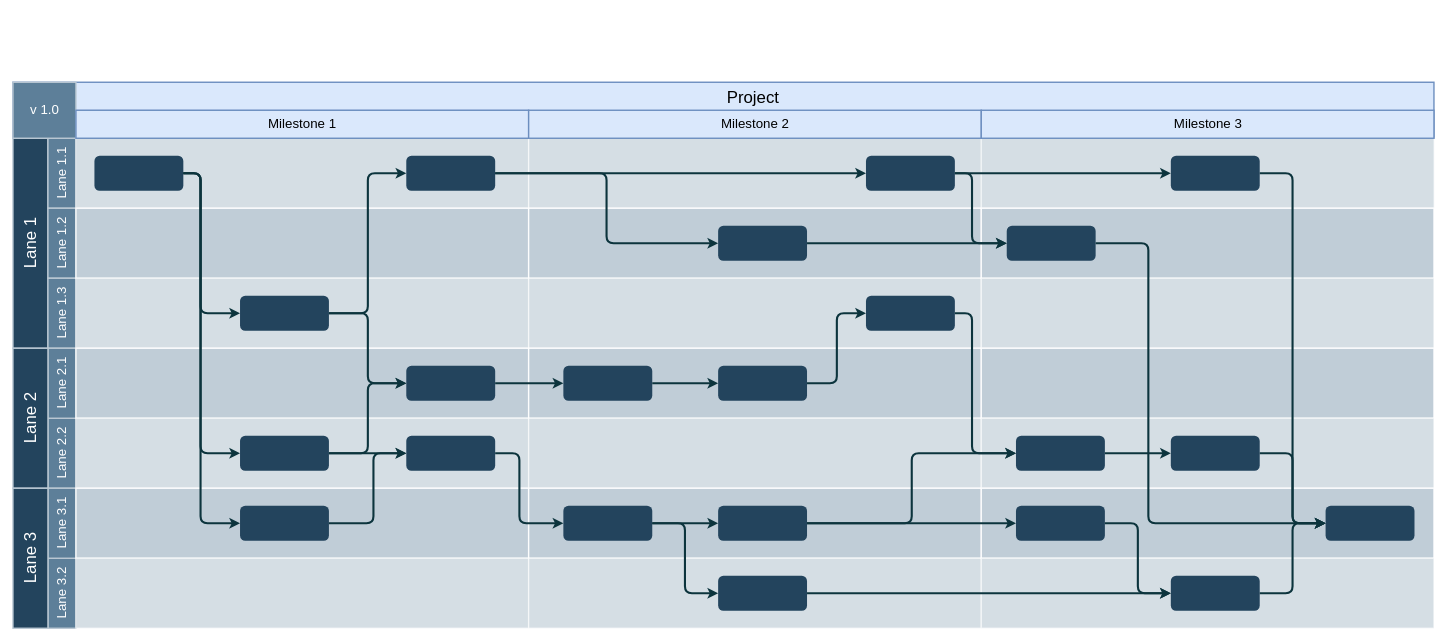
Before: 未命名绘图3.drawio in caserwin/zhihu, a draw.io diagram. Source tidied: cells renumbered, new cells numbered last; positions are measured from the earlier drawing's top-left corner, leaving out a move shared by most shapes. Both pictures are drawn from the tidied source at 70%, with x=0, y=0 at pixel (13, 82).
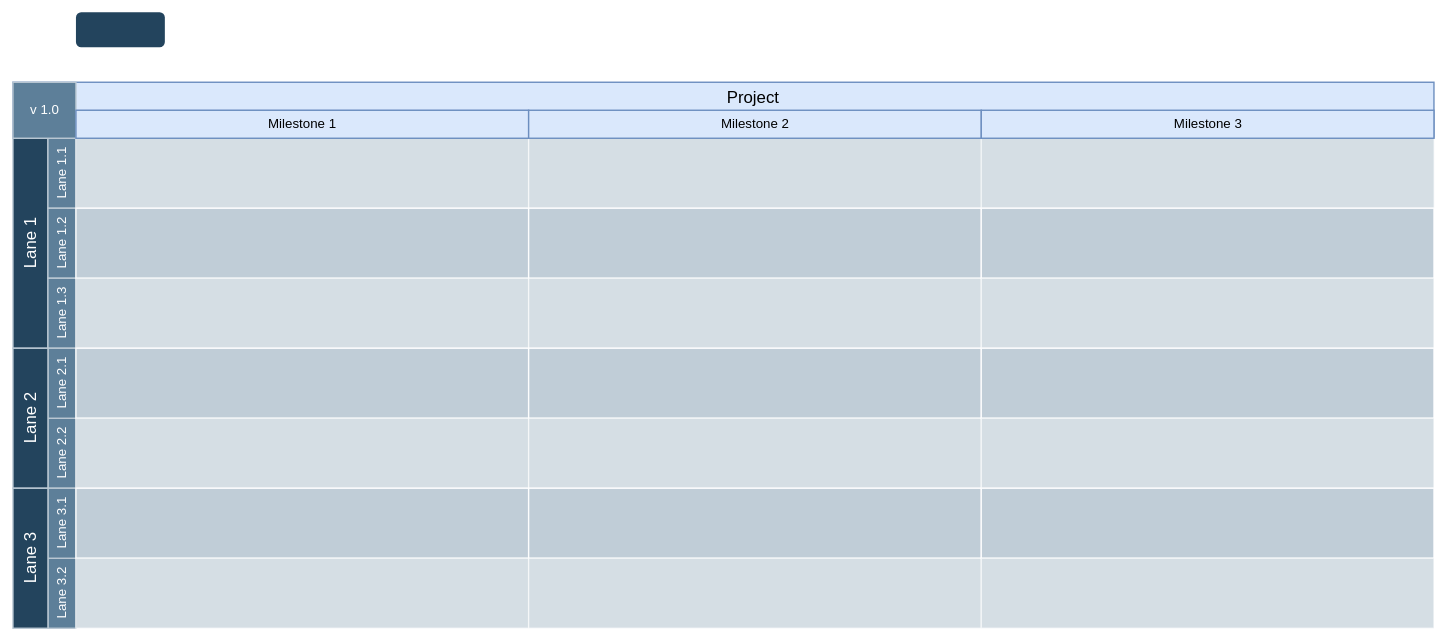
The same diagram, later.

Commit message:
更新未命名绘图3.drawio

What changed in the source:
```diff
@@
-    <mxCell id="35" style="edgeStyle=orthogonalEdgeStyle;rounded=1;jumpStyle=none;html=1;exitX=1;exitY=0.5;entryX=0;entryY=0.5;labelBackgroundColor=#ffffff;startArrow=none;startFill=0;endArrow=classic;jettySize=auto;strokeColor=#0C343D;strokeWidth=3;fontFamily=Helvetica;fontSize=11;fontColor=#000000;" parent="1" edge="1" source="36" target="38">
-      <mxGeometry relative="1" as="geometry">
-        <Array as="points">
-          <mxPoint x="268" y="130" />
-          <mxPoint x="268" y="330" />
-        </Array>
-      </mxGeometry>
-    </mxCell>
     <mxCell id="36" style="rounded=1;fillColor=#23445D;strokeColor=none;strokeWidth=2;fontFamily=Helvetica;html=1;gradientColor=none;" parent="1" vertex="1">
-      <mxGeometry x="116.4" y="105" width="127" height="50" as="geometry" />
+      <mxGeometry x="90" y="-100" width="127" height="50" as="geometry" />
     </mxCell>
-    <mxCell id="37" style="rounded=1;fillColor=#23445D;strokeColor=none;strokeWidth=2;fontFamily=Helvetica;html=1;gradientColor=none;" parent="1" vertex="1">
-      <mxGeometry x="561.9" y="105" width="127" height="50" as="geometry" />
-    </mxCell>
-    <mxCell id="38" style="rounded=1;fillColor=#23445D;strokeColor=none;strokeWidth=2;fontFamily=Helvetica;html=1;gradientColor=none;" parent="1" vertex="1">
-      <mxGeometry x="324.4" y="305" width="127" height="50" as="geometry" />
-    </mxCell>
-    <mxCell id="39" style="rounded=1;fillColor=#23445D;strokeColor=none;strokeWidth=2;fontFamily=Helvetica;html=1;gradientColor=none;" parent="1" vertex="1">
-      <mxGeometry x="561.9" y="405" width="127" height="50" as="geometry" />
-    </mxCell>
-    <mxCell id="40" style="rounded=1;fillColor=#23445D;strokeColor=none;strokeWidth=2;fontFamily=Helvetica;html=1;gradientColor=none;" parent="1" vertex="1">
-      <mxGeometry x="561.9" y="505" width="127" height="50" as="geometry" />
-    </mxCell>
-    <mxCell id="41" style="rounded=1;fillColor=#23445D;strokeColor=none;strokeWidth=2;fontFamily=Helvetica;html=1;gradientColor=none;" parent="1" vertex="1">
-      <mxGeometry x="324.4" y="605" width="127" height="50" as="geometry" />
-    </mxCell>
-    <mxCell id="42" style="rounded=1;fillColor=#23445D;strokeColor=none;strokeWidth=2;fontFamily=Helvetica;html=1;gradientColor=none;" parent="1" vertex="1">
-      <mxGeometry x="324.4" y="505" width="127" height="50" as="geometry" />
-    </mxCell>
-    <mxCell id="43" style="rounded=1;fillColor=#23445D;strokeColor=none;strokeWidth=2;fontFamily=Helvetica;html=1;gradientColor=none;" parent="1" vertex="1">
-      <mxGeometry x="1007.4" y="205" width="127" height="50" as="geometry" />
-    </mxCell>
-    <mxCell id="44" style="rounded=1;fillColor=#23445D;strokeColor=none;strokeWidth=2;fontFamily=Helvetica;html=1;gradientColor=none;" parent="1" vertex="1">
-      <mxGeometry x="1218.6" y="105" width="127" height="50" as="geometry" />
-    </mxCell>
-    <mxCell id="45" style="rounded=1;fillColor=#23445D;strokeColor=none;strokeWidth=2;gradientColor=none;fontFamily=Helvetica;html=1;" parent="1" vertex="1">
-      <mxGeometry x="1875.2" y="605" width="127" height="50" as="geometry" />
-    </mxCell>
-    <mxCell id="46" style="rounded=1;fillColor=#23445D;strokeColor=none;strokeWidth=2;fontFamily=Helvetica;html=1;gradientColor=none;" parent="1" vertex="1">
-      <mxGeometry x="1007.4" y="405" width="127" height="50" as="geometry" />
-    </mxCell>
-    <mxCell id="47" style="rounded=1;fillColor=#23445D;strokeColor=none;strokeWidth=2;fontFamily=Helvetica;html=1;gradientColor=none;" parent="1" vertex="1">
-      <mxGeometry x="1007.4" y="705" width="127" height="50" as="geometry" />
-    </mxCell>
-    <mxCell id="48" style="rounded=1;fillColor=#23445D;strokeColor=none;strokeWidth=2;fontFamily=Helvetica;html=1;gradientColor=none;" parent="1" vertex="1">
-      <mxGeometry x="786.3" y="605" width="127" height="50" as="geometry" />
-    </mxCell>
-    <mxCell id="49" style="rounded=1;fillColor=#23445D;strokeColor=none;strokeWidth=2;fontFamily=Helvetica;html=1;gradientColor=none;" parent="1" vertex="1">
-      <mxGeometry x="1007.4" y="605" width="127" height="50" as="geometry" />
-    </mxCell>
-    <mxCell id="50" style="rounded=1;fillColor=#23445D;strokeColor=none;strokeWidth=2;fontFamily=Helvetica;html=1;gradientColor=none;" parent="1" vertex="1">
-      <mxGeometry x="786.3" y="405" width="127" height="50" as="geometry" />
-    </mxCell>
-    <mxCell id="51" style="rounded=1;fillColor=#23445D;strokeColor=none;strokeWidth=2;fontFamily=Helvetica;html=1;gradientColor=none;" parent="1" vertex="1">
-      <mxGeometry x="1218.6" y="305" width="127" height="50" as="geometry" />
-    </mxCell>
-    <mxCell id="52" style="rounded=1;fillColor=#23445D;strokeColor=none;strokeWidth=2;gradientColor=none;fontFamily=Helvetica;html=1;" parent="1" vertex="1">
-      <mxGeometry x="1432.9" y="505" width="127" height="50" as="geometry" />
-    </mxCell>
-    <mxCell id="53" style="rounded=1;fillColor=#23445D;strokeColor=none;strokeWidth=2;gradientColor=none;fontFamily=Helvetica;html=1;" parent="1" vertex="1">
-      <mxGeometry x="1654.1" y="505" width="127" height="50" as="geometry" />
-    </mxCell>
-    <mxCell id="54" style="rounded=1;fillColor=#23445D;strokeColor=none;strokeWidth=2;gradientColor=none;fontFamily=Helvetica;html=1;" parent="1" vertex="1">
-      <mxGeometry x="1419.7" y="205" width="127" height="50" as="geometry" />
-    </mxCell>
-    <mxCell id="55" style="rounded=1;fillColor=#23445D;strokeColor=none;strokeWidth=2;gradientColor=none;fontFamily=Helvetica;html=1;" parent="1" vertex="1">
-      <mxGeometry x="1432.9" y="605" width="127" height="50" as="geometry" />
-    </mxCell>
-    <mxCell id="56" style="rounded=1;fillColor=#23445D;strokeColor=none;strokeWidth=2;gradientColor=none;fontFamily=Helvetica;html=1;" parent="1" vertex="1">
-      <mxGeometry x="1654.1" y="705" width="127" height="50" as="geometry" />
-    </mxCell>
-    <mxCell id="57" style="rounded=1;fillColor=#23445D;strokeColor=none;strokeWidth=2;gradientColor=none;fontFamily=Helvetica;html=1;" parent="1" vertex="1">
-      <mxGeometry x="1654.1" y="105" width="127" height="50" as="geometry" />
-    </mxCell>
-    <mxCell id="58" style="edgeStyle=elbowEdgeStyle;elbow=horizontal;strokeWidth=3;strokeColor=#0C343D;fontFamily=Helvetica;html=1;" parent="1" edge="1" source="36" target="42">
-      <mxGeometry x="6.4" y="830.5" as="geometry">
-        <Array as="points">
-          <mxPoint x="268" y="343" />
-        </Array>
-      </mxGeometry>
-    </mxCell>
-    <mxCell id="59" style="edgeStyle=elbowEdgeStyle;elbow=horizontal;strokeWidth=3;strokeColor=#0C343D;fontFamily=Helvetica;html=1;" parent="1" edge="1" source="36" target="41">
-      <mxGeometry x="6.4" y="830.5" as="geometry">
-        <Array as="points">
-          <mxPoint x="268" y="252" />
-        </Array>
-      </mxGeometry>
-    </mxCell>
-    <mxCell id="60" style="edgeStyle=elbowEdgeStyle;elbow=horizontal;strokeWidth=3;strokeColor=#0C343D;fontFamily=Helvetica;html=1;" parent="1" edge="1" source="38" target="37">
-      <mxGeometry x="6.4" y="830.5" as="geometry" />
-    </mxCell>
-    <mxCell id="61" style="edgeStyle=elbowEdgeStyle;elbow=horizontal;strokeWidth=3;strokeColor=#0C343D;fontFamily=Helvetica;html=1;" parent="1" edge="1" source="38" target="39">
-      <mxGeometry x="6.4" y="830.5" as="geometry" />
-    </mxCell>
-    <mxCell id="62" style="edgeStyle=elbowEdgeStyle;elbow=horizontal;strokeWidth=3;strokeColor=#0C343D;fontFamily=Helvetica;html=1;" parent="1" edge="1" source="42" target="39">
-      <mxGeometry x="6.4" y="830.5" as="geometry" />
-    </mxCell>
-    <mxCell id="63" style="edgeStyle=elbowEdgeStyle;elbow=horizontal;strokeWidth=3;strokeColor=#0C343D;fontFamily=Helvetica;html=1;" parent="1" edge="1" source="42" target="40">
-      <mxGeometry x="6.4" y="830.5" as="geometry" />
-    </mxCell>
-    <mxCell id="64" style="edgeStyle=elbowEdgeStyle;elbow=horizontal;strokeWidth=3;strokeColor=#0C343D;fontFamily=Helvetica;html=1;" parent="1" edge="1" source="41" target="40">
-      <mxGeometry x="6.4" y="830.5" as="geometry">
-        <Array as="points">
-          <mxPoint x="515" y="584" />
-        </Array>
-      </mxGeometry>
-    </mxCell>
-    <mxCell id="65" style="edgeStyle=elbowEdgeStyle;elbow=horizontal;strokeWidth=3;strokeColor=#0C343D;fontFamily=Helvetica;html=1;" parent="1" edge="1" source="37" target="43">
-      <mxGeometry x="6.4" y="830.5" as="geometry" />
-    </mxCell>
-    <mxCell id="66" style="edgeStyle=elbowEdgeStyle;elbow=horizontal;strokeWidth=3;strokeColor=#0C343D;fontFamily=Helvetica;html=1;" parent="1" edge="1" source="39" target="50">
-      <mxGeometry x="6.4" y="830.5" as="geometry" />
-    </mxCell>
-    <mxCell id="67" style="edgeStyle=elbowEdgeStyle;elbow=horizontal;strokeWidth=3;strokeColor=#0C343D;fontFamily=Helvetica;html=1;" parent="1" edge="1" source="50" target="46">
-      <mxGeometry x="6.4" y="830.5" as="geometry" />
-    </mxCell>
-    <mxCell id="68" style="edgeStyle=elbowEdgeStyle;elbow=horizontal;strokeWidth=3;strokeColor=#0C343D;fontFamily=Helvetica;html=1;" parent="1" edge="1" source="37" target="44">
-      <mxGeometry x="6.4" y="830.5" as="geometry" />
-    </mxCell>
-    <mxCell id="69" style="edgeStyle=elbowEdgeStyle;elbow=horizontal;strokeWidth=3;strokeColor=#0C343D;fontFamily=Helvetica;html=1;" parent="1" edge="1" source="40" target="48">
-      <mxGeometry x="6.4" y="830.5" as="geometry">
-        <Array as="points">
-          <mxPoint x="723.5" y="580" />
-        </Array>
-      </mxGeometry>
-    </mxCell>
-    <mxCell id="70" style="edgeStyle=elbowEdgeStyle;elbow=horizontal;strokeWidth=3;strokeColor=#0C343D;fontFamily=Helvetica;html=1;" parent="1" edge="1" source="48" target="49">
-      <mxGeometry x="6.4" y="830.5" as="geometry" />
-    </mxCell>
-    <mxCell id="71" style="edgeStyle=elbowEdgeStyle;elbow=horizontal;strokeWidth=3;strokeColor=#0C343D;fontFamily=Helvetica;html=1;" parent="1" edge="1" source="48" target="47">
-      <mxGeometry x="6.4" y="830.5" as="geometry" />
-    </mxCell>
-    <mxCell id="72" style="edgeStyle=elbowEdgeStyle;elbow=horizontal;strokeWidth=3;strokeColor=#0C343D;fontFamily=Helvetica;html=1;" parent="1" edge="1" source="47" target="56">
-      <mxGeometry x="6.4" y="830.5" as="geometry" />
-    </mxCell>
-    <mxCell id="73" style="edgeStyle=elbowEdgeStyle;elbow=horizontal;strokeWidth=3;strokeColor=#0C343D;fontFamily=Helvetica;html=1;" parent="1" edge="1" source="56" target="45">
-      <mxGeometry x="6.4" y="830.5" as="geometry" />
-    </mxCell>
-    <mxCell id="74" style="edgeStyle=elbowEdgeStyle;elbow=horizontal;strokeWidth=3;strokeColor=#0C343D;fontFamily=Helvetica;html=1;" parent="1" edge="1" source="54" target="45">
-      <mxGeometry x="6.4" y="830.5" as="geometry">
-        <Array as="points">
-          <mxPoint x="1622" y="430" />
-        </Array>
-      </mxGeometry>
-    </mxCell>
-    <mxCell id="75" style="edgeStyle=elbowEdgeStyle;elbow=horizontal;strokeWidth=3;strokeColor=#0C343D;fontFamily=Helvetica;html=1;" parent="1" edge="1" source="55" target="56">
-      <mxGeometry x="6.4" y="830.5" as="geometry" />
-    </mxCell>
-    <mxCell id="76" style="edgeStyle=elbowEdgeStyle;elbow=horizontal;strokeWidth=3;strokeColor=#0C343D;fontFamily=Helvetica;html=1;" parent="1" edge="1" source="49" target="52">
-      <mxGeometry x="6.4" y="830.5" as="geometry" />
-    </mxCell>
-    <mxCell id="77" style="edgeStyle=elbowEdgeStyle;elbow=horizontal;strokeWidth=3;strokeColor=#0C343D;fontFamily=Helvetica;html=1;" parent="1" edge="1" source="49" target="55">
-      <mxGeometry x="6.4" y="830.5" as="geometry" />
-    </mxCell>
-    <mxCell id="78" style="edgeStyle=elbowEdgeStyle;elbow=horizontal;strokeWidth=3;strokeColor=#0C343D;fontFamily=Helvetica;html=1;" parent="1" edge="1" source="46" target="51">
-      <mxGeometry x="6.4" y="830.5" as="geometry" />
-    </mxCell>
-    <mxCell id="79" style="edgeStyle=elbowEdgeStyle;elbow=horizontal;strokeWidth=3;strokeColor=#0C343D;fontFamily=Helvetica;html=1;" parent="1" edge="1" source="43" target="54">
-      <mxGeometry x="6.4" y="830.5" as="geometry" />
-    </mxCell>
-    <mxCell id="80" style="edgeStyle=elbowEdgeStyle;elbow=horizontal;strokeWidth=3;strokeColor=#0C343D;fontFamily=Helvetica;html=1;" parent="1" edge="1" source="44" target="54">
-      <mxGeometry x="6.4" y="830.5" as="geometry">
-        <Array as="points">
-          <mxPoint x="1370.1" y="180" />
-        </Array>
-      </mxGeometry>
-    </mxCell>
-    <mxCell id="81" style="edgeStyle=elbowEdgeStyle;elbow=horizontal;strokeWidth=3;strokeColor=#0C343D;fontFamily=Helvetica;html=1;" parent="1" edge="1" source="44" target="57">
-      <mxGeometry x="6.4" y="830.5" as="geometry" />
-    </mxCell>
-    <mxCell id="82" style="edgeStyle=elbowEdgeStyle;elbow=horizontal;strokeWidth=3;strokeColor=#0C343D;fontFamily=Helvetica;html=1;" parent="1" edge="1" source="57" target="45">
-      <mxGeometry x="6.4" y="830.5" as="geometry" />
-    </mxCell>
-    <mxCell id="83" style="edgeStyle=elbowEdgeStyle;elbow=horizontal;strokeWidth=3;strokeColor=#0C343D;fontFamily=Helvetica;html=1;" parent="1" edge="1" source="53" target="45">
-      <mxGeometry x="6.4" y="830.5" as="geometry" />
-    </mxCell>
-    <mxCell id="84" style="edgeStyle=elbowEdgeStyle;elbow=horizontal;strokeWidth=3;strokeColor=#0C343D;fontFamily=Helvetica;html=1;" parent="1" edge="1" source="52" target="53">
-      <mxGeometry x="6.4" y="830.5" as="geometry" />
-    </mxCell>
-    <mxCell id="85" style="edgeStyle=elbowEdgeStyle;elbow=horizontal;strokeWidth=3;strokeColor=#0C343D;fontFamily=Helvetica;html=1;" parent="1" edge="1" source="51" target="52">
-      <mxGeometry x="6.4" y="830.5" as="geometry">
-        <Array as="points">
-          <mxPoint x="1370.1" y="430" />
-        </Array>
-      </mxGeometry>
-    </mxCell>
```
